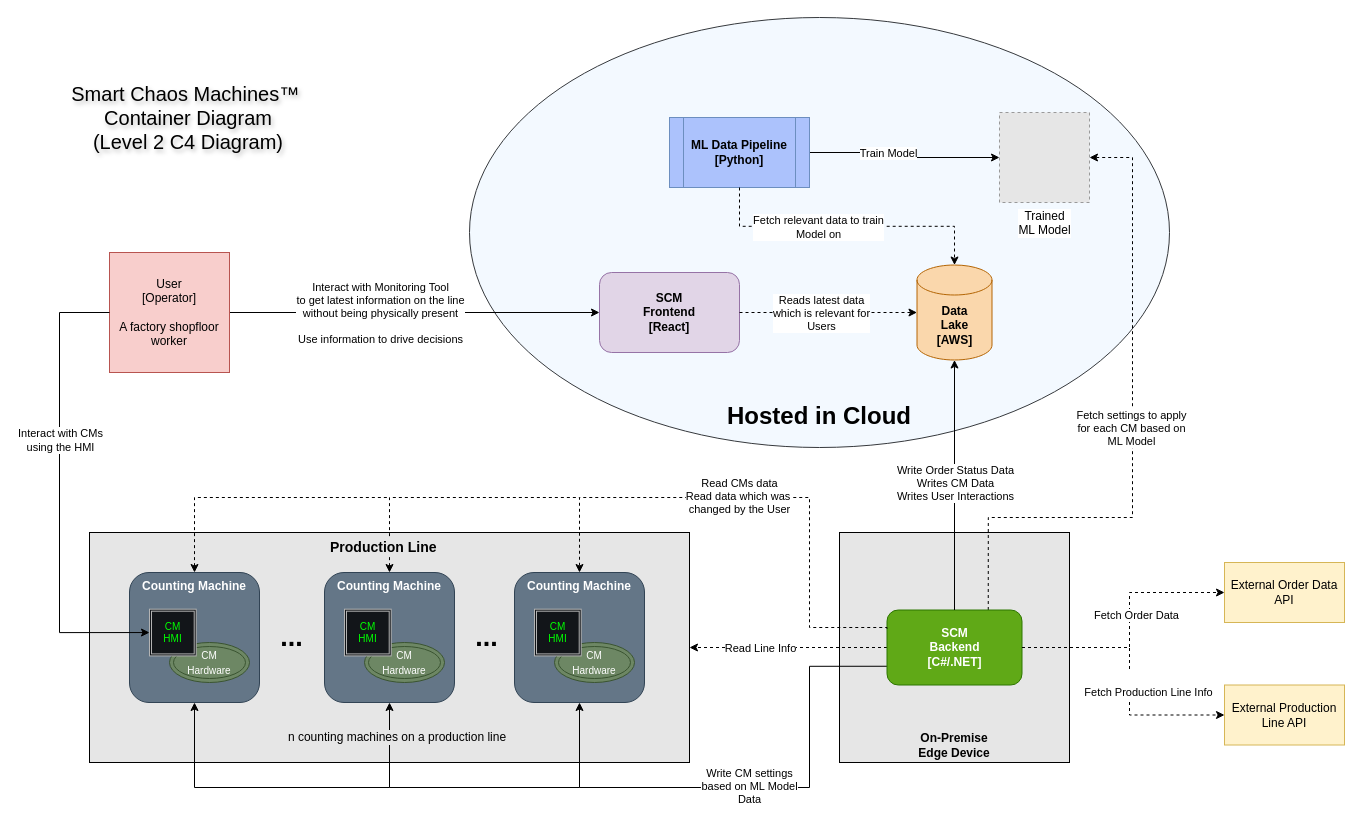
The draw.io diagram Documentation/Architecture Diagrams/C4 Level 2 - Container Diagram.drawio in rarepops/SmartChaosMachines, before the edit. Source tidied: cells renumbered, new cells numbered last; positions are measured from the earlier drawing's top-left corner, leaving out a move shared by most shapes. Both pictures are drawn from the tidied source at 100%, with x=0, y=0 at pixel (48, 17). Pictures stored in the file or linked from it are replaced by grey dashed boxes.
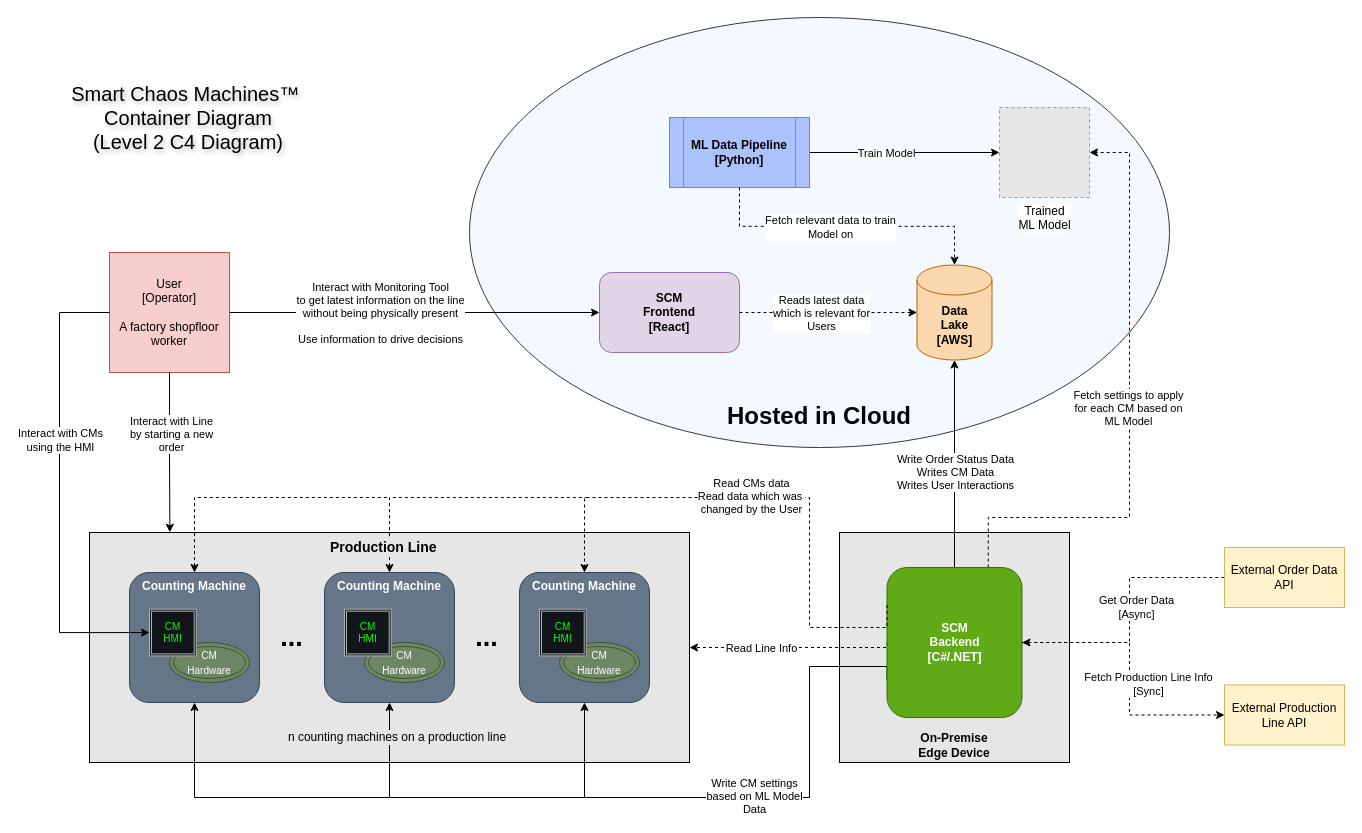
The same page after the edit.

The change refers to these unchanged cells:
```xml
<mxCell id="3" style="rounded=0;whiteSpace=wrap;html=1;verticalAlign=top;gradientColor=none;fillColor=#E6E6E6;" parent="1" vertex="1">
  <mxGeometry x="41" y="515" width="600" height="230" as="geometry" />
</mxCell>
<mxCell id="6" value="User&lt;div&gt;[Operator]&lt;/div&gt;&lt;div&gt;&lt;br&gt;&lt;/div&gt;&lt;div&gt;A factory shopfloor worker&lt;/div&gt;" style="whiteSpace=wrap;html=1;fillColor=#f8cecc;strokeColor=#b85450;" parent="1" vertex="1">
  <mxGeometry x="61" y="235" width="120" height="120" as="geometry" />
</mxCell>
<mxCell id="9" value="Counting Machine" style="whiteSpace=wrap;html=1;verticalAlign=top;rounded=1;fillColor=#647687;fontColor=#ffffff;strokeColor=#314354;fontStyle=1;" parent="8" vertex="1">
  <mxGeometry width="130" height="130" as="geometry" />
</mxCell>
<mxCell id="15" value="Counting Machine" style="whiteSpace=wrap;html=1;verticalAlign=top;rounded=1;fillColor=#647687;fontColor=#ffffff;strokeColor=#314354;fontStyle=1;" parent="14" vertex="1">
  <mxGeometry width="130" height="130" as="geometry" />
</mxCell>
<mxCell id="19" value="Counting Machine" style="whiteSpace=wrap;html=1;verticalAlign=top;rounded=1;fillColor=#647687;fontColor=#ffffff;strokeColor=#314354;fontStyle=1;textShadow=0;labelBorderColor=none;" parent="18" vertex="1">
  <mxGeometry width="130" height="130" as="geometry" />
</mxCell>
<mxCell id="51" style="edgeStyle=orthogonalEdgeStyle;rounded=0;jettySize=auto;html=1;exitX=0.5;exitY=1;exitDx=0;exitDy=0;entryX=0.5;entryY=0;entryDx=0;entryDy=0;entryPerimeter=0;dashed=1;" parent="1" edge="1" source="50" target="24">
  <mxGeometry relative="1" as="geometry" />
</mxCell>
<mxCell id="55" value="External Production Line API" style="rounded=0;whiteSpace=wrap;html=1;fillColor=#fff2cc;strokeColor=#d6b656;" parent="1" vertex="1">
  <mxGeometry x="1176" y="667.5" width="120" height="60" as="geometry" />
</mxCell>
```

Diff of the diagram source:
```diff
@@
     <mxCell id="18" style="group;" parent="1" vertex="1">
-      <mxGeometry x="466" y="555" width="130" height="130" as="geometry" />
+      <mxGeometry x="471" y="555" width="130" height="130" as="geometry" />
     </mxCell>
@@
-    <mxCell id="27" style="edgeStyle=orthogonalEdgeStyle;rounded=0;jettySize=auto;html=1;exitX=1;exitY=0.5;exitDx=0;exitDy=0;dashed=1;entryX=0;entryY=0.5;entryDx=0;entryDy=0;" parent="1" edge="1" source="35" target="54">
+    <mxCell id="27" style="edgeStyle=orthogonalEdgeStyle;rounded=0;jettySize=auto;html=1;exitX=1;exitY=0.5;exitDx=0;exitDy=0;dashed=1;entryX=0;entryY=0.5;entryDx=0;entryDy=0;startArrow=classic;startFill=1;endArrow=none;endFill=0;" parent="1" edge="1" source="35" target="54">
       <mxGeometry relative="1" as="geometry">
         <Array as="points">
-          <mxPoint x="1081" y="630" />
-          <mxPoint x="1081" y="575" />
+          <mxPoint x="1081" y="625" />
+          <mxPoint x="1081" y="560" />
         </Array>
       </mxGeometry>
     </mxCell>
-    <mxCell id="28" value="Fetch Order Data" style="edgeLabel;html=1;align=center;verticalAlign=middle;" parent="27" vertex="1">
+    <mxCell id="28" value="Get Order Data&lt;div&gt;[Async]&lt;/div&gt;" style="edgeLabel;html=1;align=center;verticalAlign=middle;" parent="27" vertex="1">
       <mxGeometry x="0.01" y="2" relative="1" as="geometry">
-        <mxPoint x="8" y="-10" as="offset" />
+        <mxPoint x="8" y="-8" as="offset" />
       </mxGeometry>
     </mxCell>
@@
-    <mxCell id="31" style="edgeStyle=orthogonalEdgeStyle;rounded=0;jettySize=auto;html=1;exitX=0.75;exitY=0;exitDx=0;exitDy=0;entryX=1;entryY=0.5;entryDx=0;entryDy=0;dashed=1;" parent="1" edge="1" source="35" target="42">
+    <mxCell id="31" style="edgeStyle=orthogonalEdgeStyle;rounded=0;jettySize=auto;html=1;exitX=0.75;exitY=0;exitDx=0;exitDy=0;dashed=1;entryX=1;entryY=0.5;entryDx=0;entryDy=0;" parent="1" edge="1" source="35" target="42">
       <mxGeometry relative="1" as="geometry">
         <Array as="points">
           <mxPoint x="940" y="500" />
-          <mxPoint x="1084" y="500" />
-          <mxPoint x="1084" y="140" />
+          <mxPoint x="1081" y="500" />
+          <mxPoint x="1081" y="135" />
         </Array>
       </mxGeometry>
     </mxCell>
@@
     <mxCell id="33" style="edgeStyle=orthogonalEdgeStyle;rounded=0;jettySize=auto;html=1;exitX=0;exitY=0.75;exitDx=0;exitDy=0;entryX=0.5;entryY=1;entryDx=0;entryDy=0;" parent="1" edge="1" source="35" target="19">
       <mxGeometry relative="1" as="geometry">
         <Array as="points">
           <mxPoint x="761" y="649" />
-          <mxPoint x="761" y="770" />
-          <mxPoint x="531" y="770" />
+          <mxPoint x="761" y="780" />
+          <mxPoint x="536" y="780" />
         </Array>
       </mxGeometry>
     </mxCell>
@@
     <mxCell id="35" value="SCM&lt;br&gt;Backend&lt;div&gt;[C#/.NET]&lt;/div&gt;" style="rounded=1;whiteSpace=wrap;html=1;fillColor=#60a917;fontColor=#ffffff;strokeColor=#2D7600;fontStyle=1;" parent="1" vertex="1">
-      <mxGeometry x="838.5" y="592.5" width="135" height="75" as="geometry" />
+      <mxGeometry x="838.5" y="550" width="135" height="150" as="geometry" />
     </mxCell>
     <mxCell id="36" style="edgeStyle=orthogonalEdgeStyle;rounded=0;jettySize=auto;html=1;entryX=0.5;entryY=0;entryDx=0;entryDy=0;exitX=0;exitY=0.25;exitDx=0;exitDy=0;dashed=1;" parent="1" edge="1" source="35" target="19">
       <mxGeometry relative="1" as="geometry">
         <Array as="points">
-          <mxPoint x="839" y="610" />
+          <mxPoint x="838" y="610" />
           <mxPoint x="761" y="610" />
           <mxPoint x="761" y="480" />
-          <mxPoint x="531" y="480" />
+          <mxPoint x="536" y="480" />
         </Array>
       </mxGeometry>
     </mxCell>
@@
     <mxCell id="42" value="&lt;div&gt;Trained&lt;/div&gt;ML Model" style="fillColor=#E6E6E6;strokeColor=#999999;dashed=1;html=1;verticalAlign=top;verticalLabelPosition=bottom;labelBackgroundColor=#ffffff;" parent="1" vertex="1">
-      <mxGeometry x="951" y="95" width="90" height="90" as="geometry" />
+      <mxGeometry x="951" y="90" width="90" height="90" as="geometry" />
     </mxCell>
     <mxCell id="43" style="edgeStyle=orthogonalEdgeStyle;rounded=0;jettySize=auto;html=1;strokeColor=default;exitX=0.5;exitY=1;exitDx=0;exitDy=0;startArrow=classic;startFill=1;endArrow=none;endFill=0;" parent="1" edge="1" source="15">
       <mxGeometry relative="1" as="geometry">
-        <mxPoint x="531" y="770" as="targetPoint" />
+        <mxPoint x="531" y="780" as="targetPoint" />
         <Array as="points">
-          <mxPoint x="341" y="770" />
+          <mxPoint x="341" y="780" />
+          <mxPoint x="541" y="780" />
         </Array>
       </mxGeometry>
     </mxCell>
     <mxCell id="44" style="edgeStyle=orthogonalEdgeStyle;rounded=0;jettySize=auto;html=1;strokeColor=default;exitX=0.5;exitY=1;exitDx=0;exitDy=0;startArrow=classic;startFill=1;endArrow=none;endFill=0;" parent="1" edge="1" source="9">
       <mxGeometry relative="1" as="geometry">
-        <mxPoint x="341" y="770" as="targetPoint" />
+        <mxPoint x="341" y="780" as="targetPoint" />
         <Array as="points">
-          <mxPoint x="146" y="770" />
+          <mxPoint x="146" y="780" />
+          <mxPoint x="341" y="780" />
         </Array>
       </mxGeometry>
     </mxCell>
@@
     <mxCell id="46" style="edgeStyle=orthogonalEdgeStyle;rounded=0;jettySize=auto;html=1;strokeColor=default;exitX=0.5;exitY=0;exitDx=0;exitDy=0;startArrow=classic;startFill=1;endArrow=none;endFill=0;dashed=1;" parent="1" edge="1" source="15">
       <mxGeometry relative="1" as="geometry">
-        <mxPoint x="531" y="480" as="targetPoint" />
+        <mxPoint x="541" y="480" as="targetPoint" />
         <Array as="points">
           <mxPoint x="341" y="480" />
         </Array>
       </mxGeometry>
     </mxCell>
     <mxCell id="47" style="edgeStyle=orthogonalEdgeStyle;rounded=0;jettySize=auto;html=1;strokeColor=default;exitX=0.5;exitY=0;exitDx=0;exitDy=0;startArrow=classic;startFill=1;endArrow=none;endFill=0;dashed=1;" parent="1" edge="1" source="9">
       <mxGeometry relative="1" as="geometry">
-        <mxPoint x="338.5" y="480" as="targetPoint" />
+        <mxPoint x="341" y="480" as="targetPoint" />
         <Array as="points">
           <mxPoint x="146" y="480" />
         </Array>
       </mxGeometry>
     </mxCell>
@@
     <mxCell id="52" value="Fetch relevant data to train&lt;div&gt;Model on&lt;/div&gt;" style="edgeLabel;html=1;align=center;verticalAlign=middle;" parent="51" vertex="1">
-      <mxGeometry x="-0.2" y="-1" relative="1" as="geometry" />
+      <mxGeometry x="-0.2" y="-1" relative="1" as="geometry">
+        <mxPoint x="12" as="offset" />
+      </mxGeometry>
     </mxCell>
@@
     <mxCell id="54" value="External Order Data API" style="rounded=0;whiteSpace=wrap;html=1;fillColor=#fff2cc;strokeColor=#d6b656;" parent="1" vertex="1">
-      <mxGeometry x="1176" y="545" width="120" height="60" as="geometry" />
+      <mxGeometry x="1176" y="530" width="120" height="60" as="geometry" />
     </mxCell>
@@
     <mxCell id="56" style="edgeStyle=orthogonalEdgeStyle;rounded=0;jettySize=auto;html=1;exitX=1;exitY=0.5;exitDx=0;exitDy=0;dashed=1;entryX=0;entryY=0.5;entryDx=0;entryDy=0;" parent="1" edge="1" source="35" target="55">
       <mxGeometry relative="1" as="geometry">
         <Array as="points">
-          <mxPoint x="1081" y="630" />
+          <mxPoint x="1081" y="625" />
           <mxPoint x="1081" y="698" />
           <mxPoint x="1176" y="698" />
         </Array>
       </mxGeometry>
     </mxCell>
-    <mxCell id="57" value="&lt;br&gt;&lt;div&gt;Fetch Production Line Info&lt;/div&gt;" style="edgeLabel;html=1;align=center;verticalAlign=middle;" parent="56" vertex="1">
+    <mxCell id="57" value="&lt;div&gt;Fetch Production Line Info&lt;/div&gt;&lt;div&gt;[Sync]&lt;/div&gt;" style="edgeLabel;html=1;align=center;verticalAlign=middle;" parent="56" vertex="1">
       <mxGeometry x="0.01" y="2" relative="1" as="geometry">
-        <mxPoint x="16" y="9" as="offset" />
+        <mxPoint x="16" y="10" as="offset" />
       </mxGeometry>
     </mxCell>
+    <mxCell id="58" style="edgeStyle=orthogonalEdgeStyle;rounded=0;jettySize=auto;html=1;entryX=0.134;entryY=-0.001;entryDx=0;entryDy=0;entryPerimeter=0;" parent="1" edge="1" source="6" target="3">
+      <mxGeometry relative="1" as="geometry" />
+    </mxCell>
+    <mxCell id="59" value="Interact with Line&lt;div&gt;by starting a new&lt;/div&gt;&lt;div&gt;order&lt;/div&gt;" style="edgeLabel;html=1;align=center;verticalAlign=middle;" parent="58" vertex="1">
+      <mxGeometry x="-0.26" y="1" relative="1" as="geometry">
+        <mxPoint y="2" as="offset" />
+      </mxGeometry>
+    </mxCell>
```
